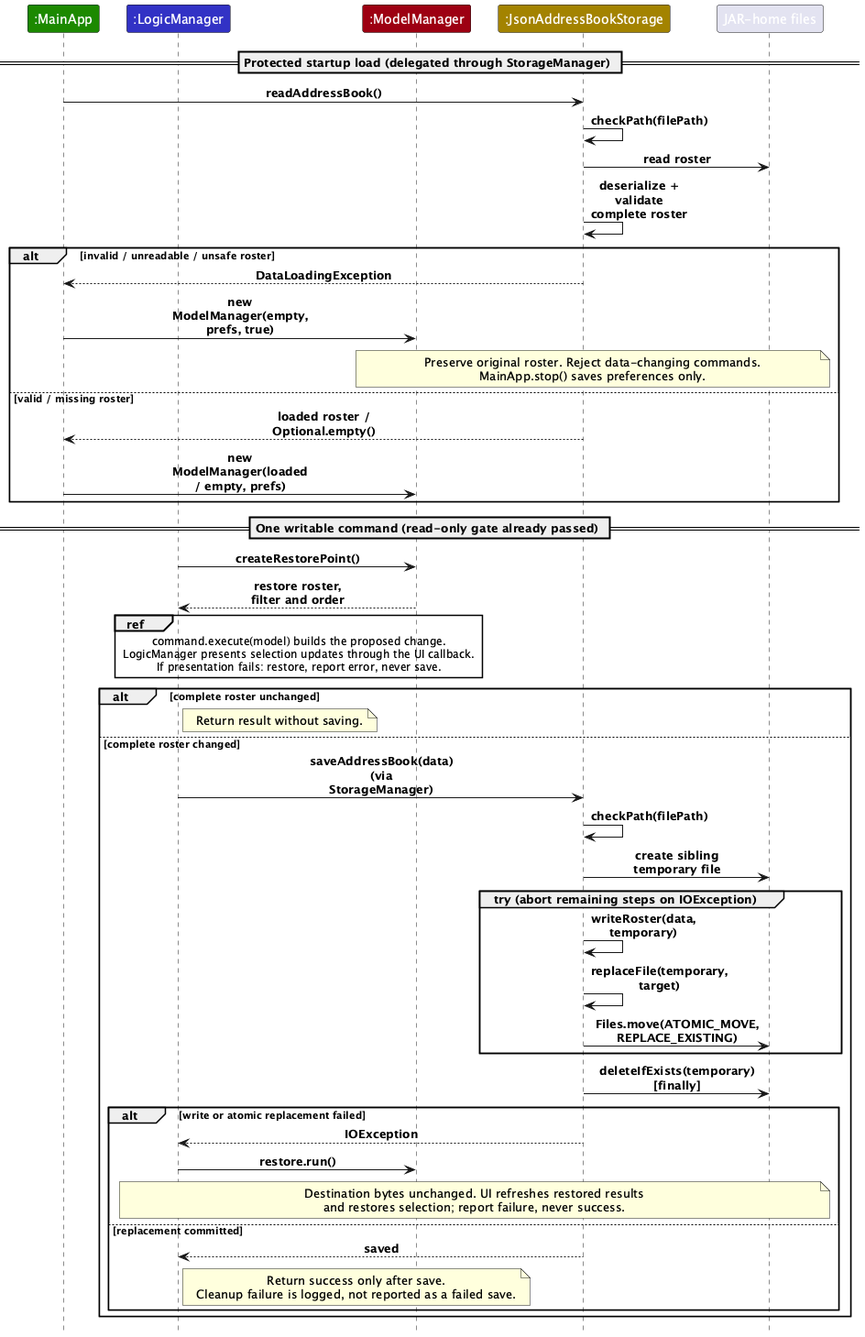
This is docs/images/PersistenceRecoverySequence.png from AY2627S1-CS2103T-W09-2/tp, a PlantUML export, as it was before one commit.
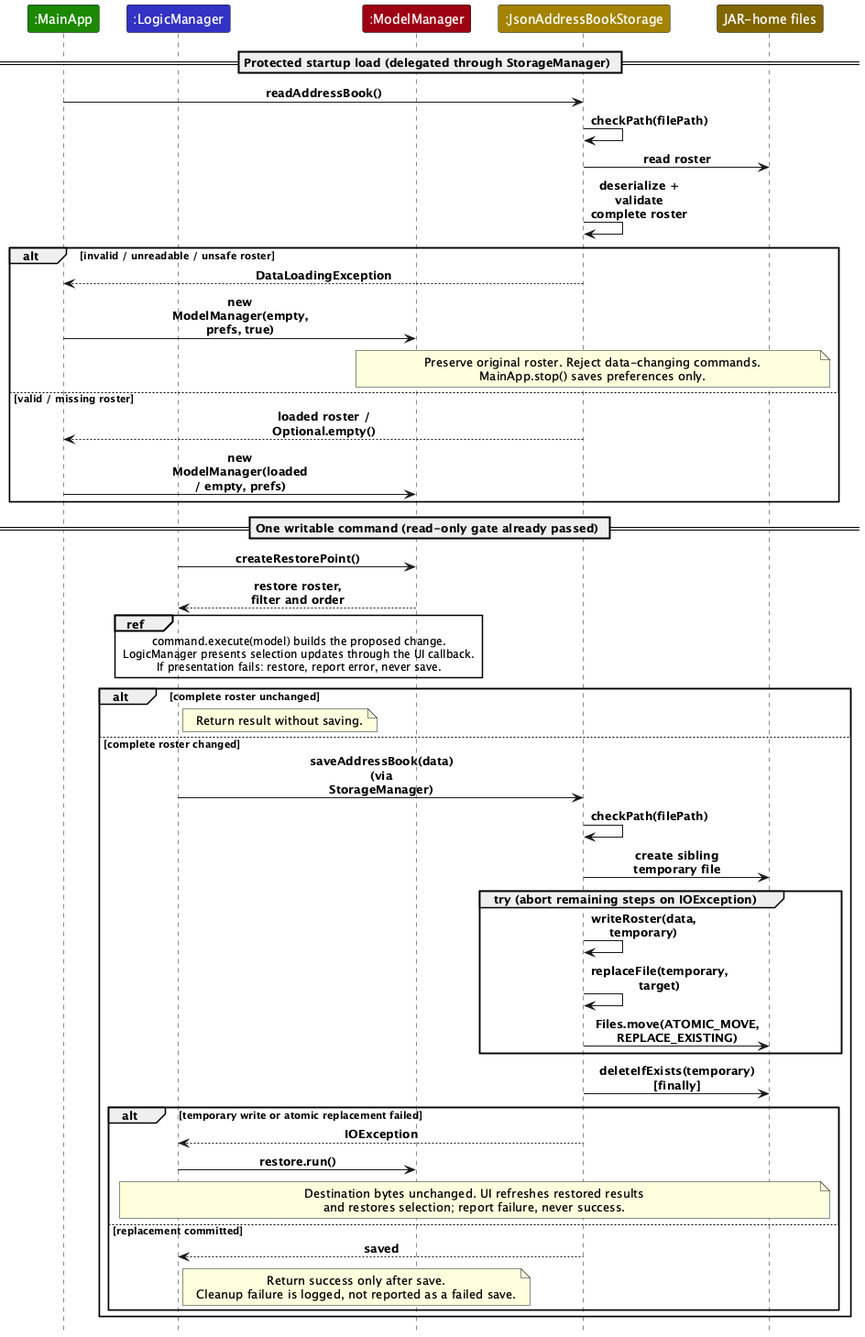
The same file after the commit.

Commit message:
Improve persistence diagram contrast and clarify failure scope

What changed in the source:
```diff
@@ -6,7 +6,7 @@
 participant ":LogicManager" as logic LOGIC_COLOR
 participant ":ModelManager" as model MODEL_COLOR
 participant ":JsonAddressBookStorage" as json STORAGE_COLOR
-participant "JAR-home files" as file
+participant "JAR-home files" as file STORAGE_COLOR_T3
 
 == Protected startup load (delegated through StorageManager) ==
 app -> json : readAddressBook()
@@ -45,7 +45,7 @@
         json -> file : Files.move(ATOMIC_MOVE, REPLACE_EXISTING)
     end
     json -> file : deleteIfExists(temporary) [finally]
-    alt write or atomic replacement failed
+    alt temporary write or atomic replacement failed
         json --> logic : IOException
         logic -> model : restore.run()
         note over logic, file
```
